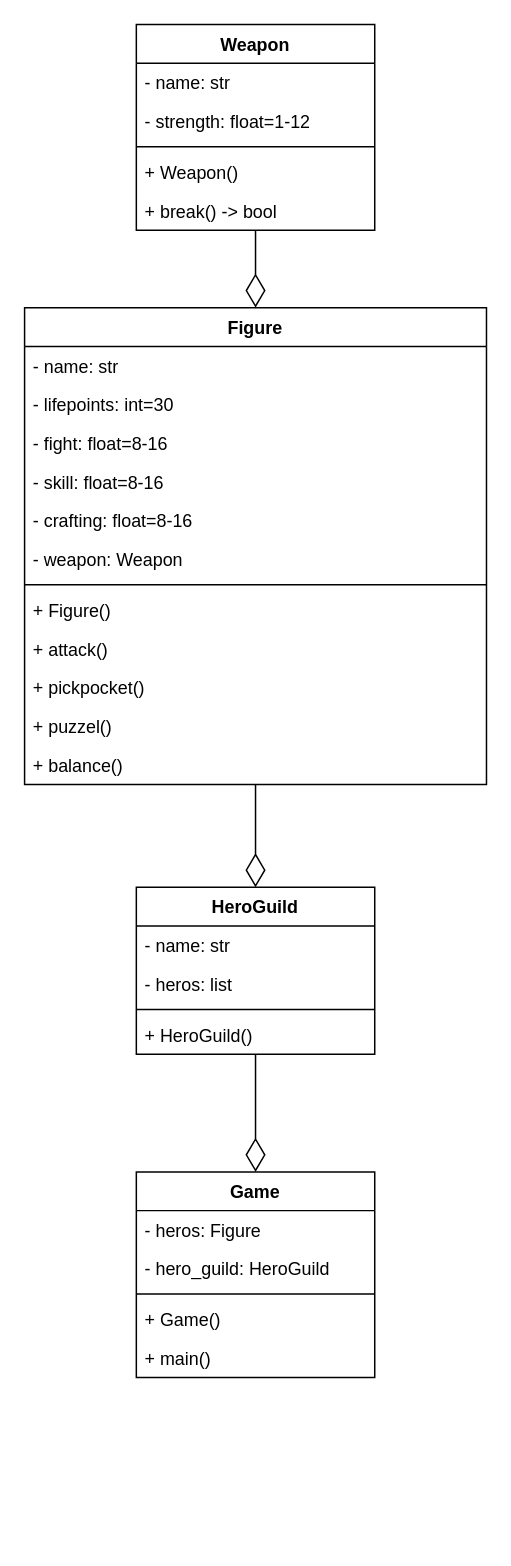
This is Klassendiagramm.drawio from JL710/noname-rollplaygame, a draw.io file, before an edit. Source tidied: cells renumbered, new cells numbered last; positions are measured from the earlier drawing's top-left corner, leaving out a move shared by most shapes. Both pictures are drawn from the tidied source at 149%, with x=0, y=0 at pixel (24, 24).
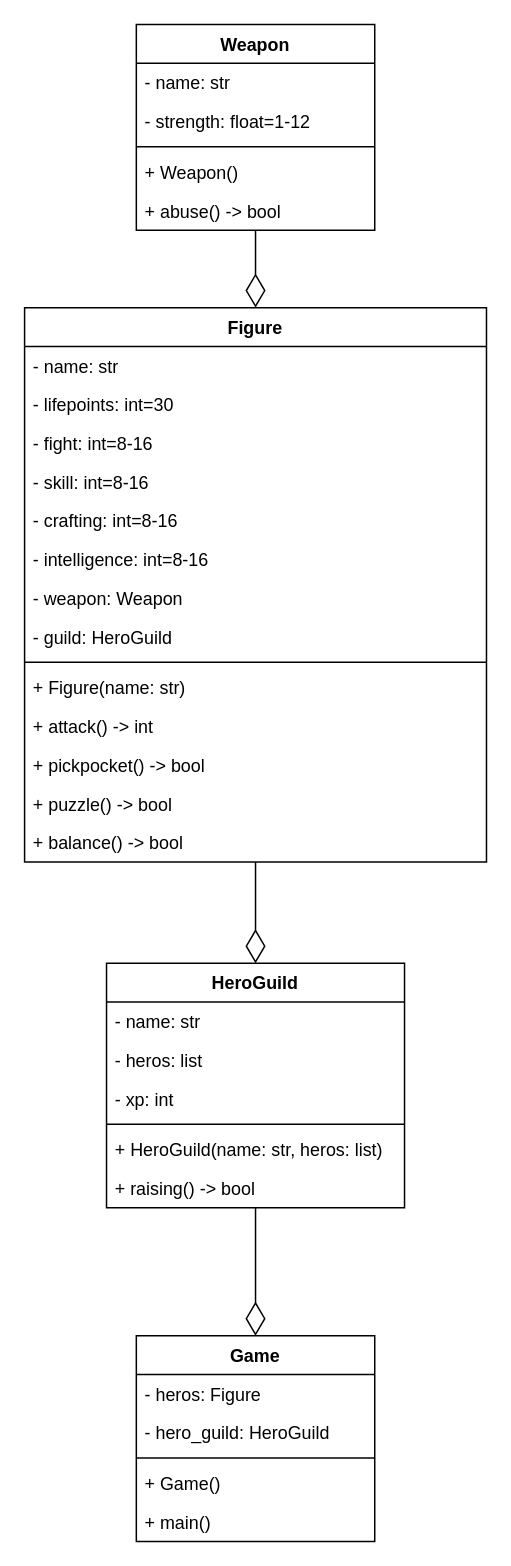
After the change.

The change refers to these unchanged cells:
```xml
<mxCell id="17" value="Weapon" style="swimlane;fontStyle=1;align=center;verticalAlign=top;horizontal=1;startSize=26;" parent="1" vertex="1">
  <mxGeometry x="75" width="160" height="138" as="geometry" />
</mxCell>
```

Diff of the diagram source:
```diff
@@
     <mxCell id="3" value="Figure" style="swimlane;fontStyle=1;align=center;verticalAlign=top;horizontal=1;startSize=26;" parent="1" vertex="1">
-      <mxGeometry y="190" width="310" height="320" as="geometry" />
+      <mxGeometry y="190" width="310" height="372" as="geometry" />
     </mxCell>
@@
-    <mxCell id="6" value="- fight: float=8-16" style="text;strokeColor=none;fillColor=none;align=left;verticalAlign=top;spacingLeft=4;spacingRight=4;overflow=hidden;" parent="3" vertex="1">
+    <mxCell id="6" value="- fight: int=8-16" style="text;strokeColor=none;fillColor=none;align=left;verticalAlign=top;spacingLeft=4;spacingRight=4;overflow=hidden;" parent="3" vertex="1">
       <mxGeometry y="78" width="310" height="26" as="geometry" />
     </mxCell>
-    <mxCell id="7" value="- skill: float=8-16" style="text;strokeColor=none;fillColor=none;align=left;verticalAlign=top;spacingLeft=4;spacingRight=4;overflow=hidden;" parent="3" vertex="1">
+    <mxCell id="7" value="- skill: int=8-16" style="text;strokeColor=none;fillColor=none;align=left;verticalAlign=top;spacingLeft=4;spacingRight=4;overflow=hidden;" parent="3" vertex="1">
       <mxGeometry y="104" width="310" height="26" as="geometry" />
     </mxCell>
-    <mxCell id="8" value="- crafting: float=8-16" style="text;strokeColor=none;fillColor=none;align=left;verticalAlign=top;spacingLeft=4;spacingRight=4;overflow=hidden;" parent="3" vertex="1">
+    <mxCell id="8" value="- crafting: int=8-16" style="text;strokeColor=none;fillColor=none;align=left;verticalAlign=top;spacingLeft=4;spacingRight=4;overflow=hidden;" parent="3" vertex="1">
       <mxGeometry y="130" width="310" height="26" as="geometry" />
     </mxCell>
+    <mxCell id="35" value="- intelligence: int=8-16" style="text;strokeColor=none;fillColor=none;align=left;verticalAlign=top;spacingLeft=4;spacingRight=4;overflow=hidden;" parent="3" vertex="1">
+      <mxGeometry y="156" width="310" height="26" as="geometry" />
+    </mxCell>
     <mxCell id="9" value="- weapon: Weapon" style="text;strokeColor=none;fillColor=none;align=left;verticalAlign=top;spacingLeft=4;spacingRight=4;overflow=hidden;" parent="3" vertex="1">
-      <mxGeometry y="156" width="310" height="26" as="geometry" />
+      <mxGeometry y="182" width="310" height="26" as="geometry" />
     </mxCell>
+    <mxCell id="36" value="- guild: HeroGuild" style="text;strokeColor=none;fillColor=none;align=left;verticalAlign=top;spacingLeft=4;spacingRight=4;overflow=hidden;" parent="3" vertex="1">
+      <mxGeometry y="208" width="310" height="26" as="geometry" />
+    </mxCell>
     <mxCell id="10" style="line;strokeWidth=1;fillColor=none;align=left;verticalAlign=middle;spacingTop=-1;spacingLeft=3;spacingRight=3;labelPosition=right;" parent="3" vertex="1">
-      <mxGeometry y="182" width="310" height="8" as="geometry" />
+      <mxGeometry y="234" width="310" height="8" as="geometry" />
     </mxCell>
-    <mxCell id="11" value="+ Figure()" style="text;strokeColor=none;fillColor=none;align=left;verticalAlign=top;spacingLeft=4;spacingRight=4;overflow=hidden;" parent="3" vertex="1">
-      <mxGeometry y="190" width="310" height="26" as="geometry" />
+    <mxCell id="11" value="+ Figure(name: str)" style="text;strokeColor=none;fillColor=none;align=left;verticalAlign=top;spacingLeft=4;spacingRight=4;overflow=hidden;" parent="3" vertex="1">
+      <mxGeometry y="242" width="310" height="26" as="geometry" />
     </mxCell>
-    <mxCell id="12" value="+ attack()" style="text;strokeColor=none;fillColor=none;align=left;verticalAlign=top;spacingLeft=4;spacingRight=4;overflow=hidden;" parent="3" vertex="1">
-      <mxGeometry y="216" width="310" height="26" as="geometry" />
+    <mxCell id="12" value="+ attack() -&gt; int" style="text;strokeColor=none;fillColor=none;align=left;verticalAlign=top;spacingLeft=4;spacingRight=4;overflow=hidden;" parent="3" vertex="1">
+      <mxGeometry y="268" width="310" height="26" as="geometry" />
     </mxCell>
-    <mxCell id="13" value="+ pickpocket()" style="text;strokeColor=none;fillColor=none;align=left;verticalAlign=top;spacingLeft=4;spacingRight=4;overflow=hidden;" parent="3" vertex="1">
-      <mxGeometry y="242" width="310" height="26" as="geometry" />
+    <mxCell id="13" value="+ pickpocket() -&gt; bool" style="text;strokeColor=none;fillColor=none;align=left;verticalAlign=top;spacingLeft=4;spacingRight=4;overflow=hidden;" parent="3" vertex="1">
+      <mxGeometry y="294" width="310" height="26" as="geometry" />
     </mxCell>
-    <mxCell id="14" value="+ puzzel()" style="text;strokeColor=none;fillColor=none;align=left;verticalAlign=top;spacingLeft=4;spacingRight=4;overflow=hidden;" parent="3" vertex="1">
-      <mxGeometry y="268" width="310" height="26" as="geometry" />
+    <mxCell id="14" value="+ puzzle() -&gt; bool" style="text;strokeColor=none;fillColor=none;align=left;verticalAlign=top;spacingLeft=4;spacingRight=4;overflow=hidden;" parent="3" vertex="1">
+      <mxGeometry y="320" width="310" height="26" as="geometry" />
     </mxCell>
-    <mxCell id="15" value="+ balance()" style="text;strokeColor=none;fillColor=none;align=left;verticalAlign=top;spacingLeft=4;spacingRight=4;overflow=hidden;" parent="3" vertex="1">
-      <mxGeometry y="294" width="310" height="26" as="geometry" />
+    <mxCell id="15" value="+ balance() -&gt; bool" style="text;strokeColor=none;fillColor=none;align=left;verticalAlign=top;spacingLeft=4;spacingRight=4;overflow=hidden;" parent="3" vertex="1">
+      <mxGeometry y="346" width="310" height="26" as="geometry" />
     </mxCell>
@@
-    <mxCell id="22" value="+ break() -&gt; bool" style="text;strokeColor=none;fillColor=none;align=left;verticalAlign=top;spacingLeft=4;spacingRight=4;overflow=hidden;" parent="17" vertex="1">
+    <mxCell id="22" value="+ abuse() -&gt; bool" style="text;strokeColor=none;fillColor=none;align=left;verticalAlign=top;spacingLeft=4;spacingRight=4;overflow=hidden;" parent="17" vertex="1">
       <mxGeometry y="112" width="160" height="26" as="geometry" />
     </mxCell>
     <mxCell id="23" value="Game" style="swimlane;fontStyle=1;align=center;verticalAlign=top;horizontal=1;startSize=26;" parent="1" vertex="1">
-      <mxGeometry x="75" y="770" width="160" height="138" as="geometry" />
+      <mxGeometry x="75" y="880" width="160" height="138" as="geometry" />
     </mxCell>
@@
     <mxCell id="30" value="HeroGuild" style="swimlane;fontStyle=1;align=center;verticalAlign=top;horizontal=1;startSize=26;" parent="1" vertex="1">
-      <mxGeometry x="75" y="579" width="160" height="112" as="geometry" />
+      <mxGeometry x="55" y="630" width="200" height="164" as="geometry" />
     </mxCell>
     <mxCell id="31" value="- name: str&#10;" style="text;strokeColor=none;fillColor=none;align=left;verticalAlign=top;spacingLeft=4;spacingRight=4;overflow=hidden;" parent="30" vertex="1">
-      <mxGeometry y="26" width="160" height="26" as="geometry" />
+      <mxGeometry y="26" width="200" height="26" as="geometry" />
     </mxCell>
     <mxCell id="32" value="- heros: list" style="text;strokeColor=none;fillColor=none;align=left;verticalAlign=top;spacingLeft=4;spacingRight=4;overflow=hidden;" parent="30" vertex="1">
-      <mxGeometry y="52" width="160" height="26" as="geometry" />
+      <mxGeometry y="52" width="200" height="26" as="geometry" />
     </mxCell>
+    <mxCell id="37" value="- xp: int" style="text;strokeColor=none;fillColor=none;align=left;verticalAlign=top;spacingLeft=4;spacingRight=4;overflow=hidden;" parent="30" vertex="1">
+      <mxGeometry y="78" width="200" height="26" as="geometry" />
+    </mxCell>
     <mxCell id="33" style="line;strokeWidth=1;fillColor=none;align=left;verticalAlign=middle;spacingTop=-1;spacingLeft=3;spacingRight=3;labelPosition=right;" parent="30" vertex="1">
-      <mxGeometry y="78" width="160" height="8" as="geometry" />
+      <mxGeometry y="104" width="200" height="8" as="geometry" />
     </mxCell>
-    <mxCell id="34" value="+ HeroGuild()" style="text;strokeColor=none;fillColor=none;align=left;verticalAlign=top;spacingLeft=4;spacingRight=4;overflow=hidden;" parent="30" vertex="1">
-      <mxGeometry y="86" width="160" height="26" as="geometry" />
+    <mxCell id="34" value="+ HeroGuild(name: str, heros: list)" style="text;strokeColor=none;fillColor=none;align=left;verticalAlign=top;spacingLeft=4;spacingRight=4;overflow=hidden;" parent="30" vertex="1">
+      <mxGeometry y="112" width="200" height="26" as="geometry" />
     </mxCell>
+    <mxCell id="38" value="+ raising() -&gt; bool" style="text;strokeColor=none;fillColor=none;align=left;verticalAlign=top;spacingLeft=4;spacingRight=4;overflow=hidden;" parent="30" vertex="1">
+      <mxGeometry y="138" width="200" height="26" as="geometry" />
+    </mxCell>
```
